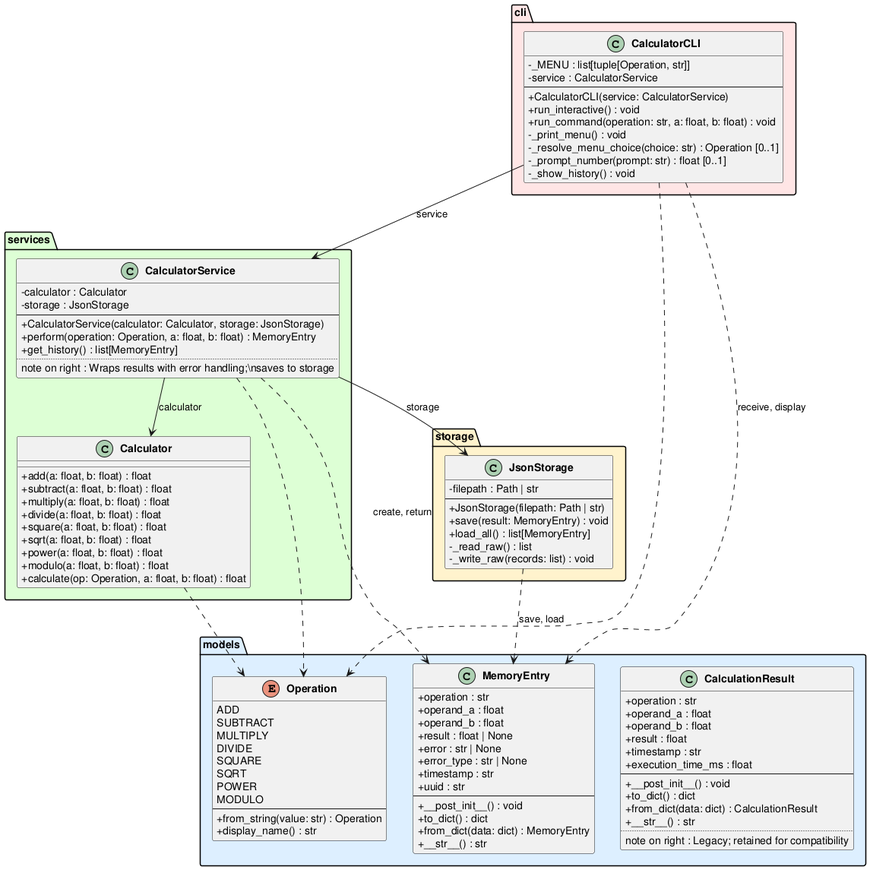
DanielRiha8906/Software_autoevolution_using_agents keeps this PlantUML diagram as experiments/pipeline/user_stories/calculator/artifacts/class_diagram.png. Above is the earlier version.
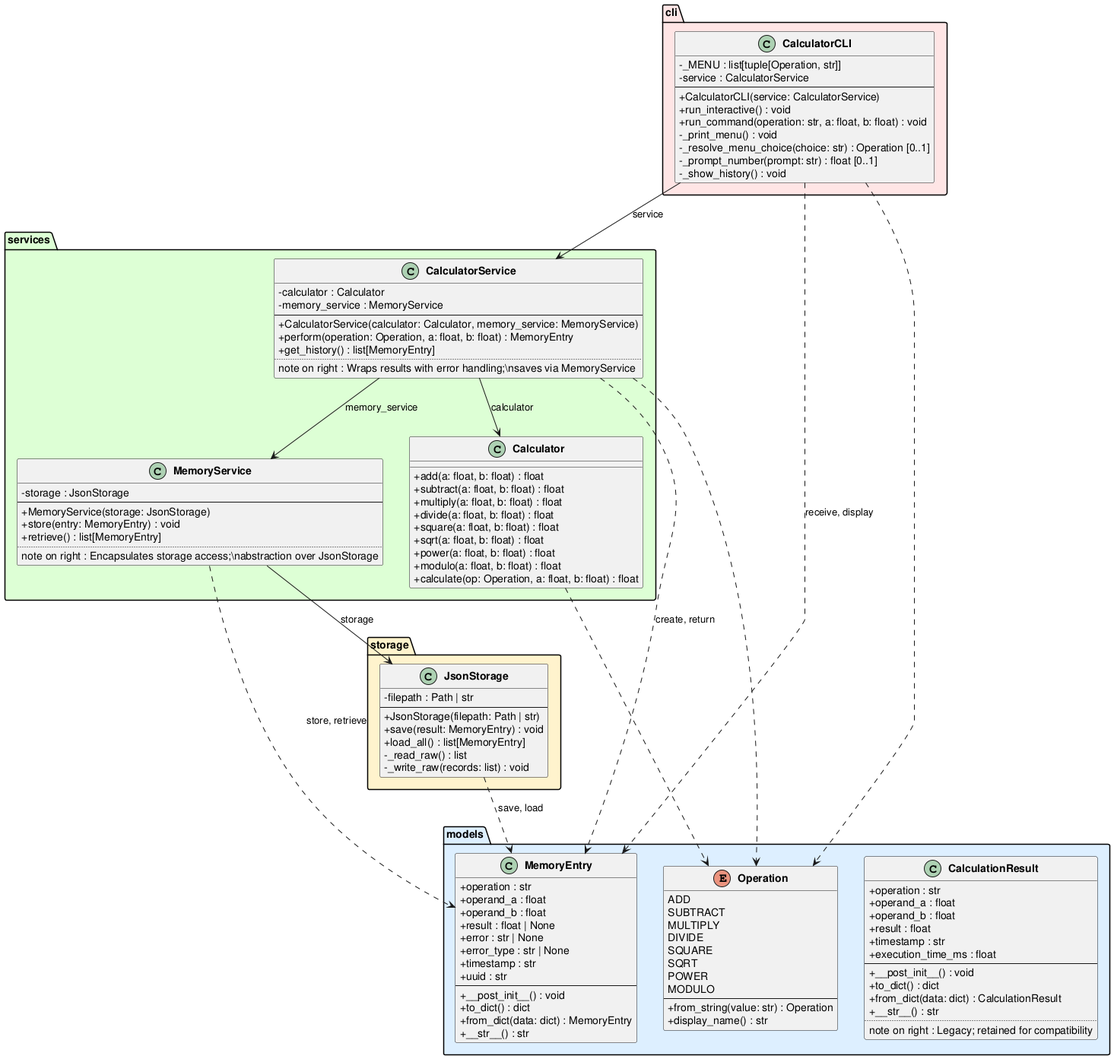
After the change.

Diff of the diagram source:
```diff
@@ -64,15 +64,25 @@
         +calculate(op: Operation, a: float, b: float) : float
     }
 
+    class MemoryService {
+        -storage : JsonStorage
+        --
+        +MemoryService(storage: JsonStorage)
+        +store(entry: MemoryEntry) : void
+        +retrieve() : list[MemoryEntry]
+        ..
+        note on right : Encapsulates storage access;\\nabstraction over JsonStorage
+    }
+
     class CalculatorService {
         -calculator : Calculator
-        -storage : JsonStorage
+        -memory_service : MemoryService
         --
-        +CalculatorService(calculator: Calculator, storage: JsonStorage)
+        +CalculatorService(calculator: Calculator, memory_service: MemoryService)
         +perform(operation: Operation, a: float, b: float) : MemoryEntry
         +get_history() : list[MemoryEntry]
         ..
-        note on right : Wraps results with error handling;\\nsaves to storage
+        note on right : Wraps results with error handling;\\nsaves via MemoryService
     }
 }
 
@@ -105,13 +115,15 @@
 
 CalculatorCLI --> CalculatorService : service
 CalculatorService --> Calculator : calculator
-CalculatorService --> JsonStorage : storage
+CalculatorService --> MemoryService : memory_service
+MemoryService --> JsonStorage : storage
 
 CalculatorService ..> MemoryEntry : create, return
 CalculatorService ..> Operation
 CalculatorCLI ..> Operation
 CalculatorCLI ..> MemoryEntry : receive, display
 Calculator ..> Operation
+MemoryService ..> MemoryEntry : store, retrieve
 JsonStorage ..> MemoryEntry : save, load
 
 @enduml
```
